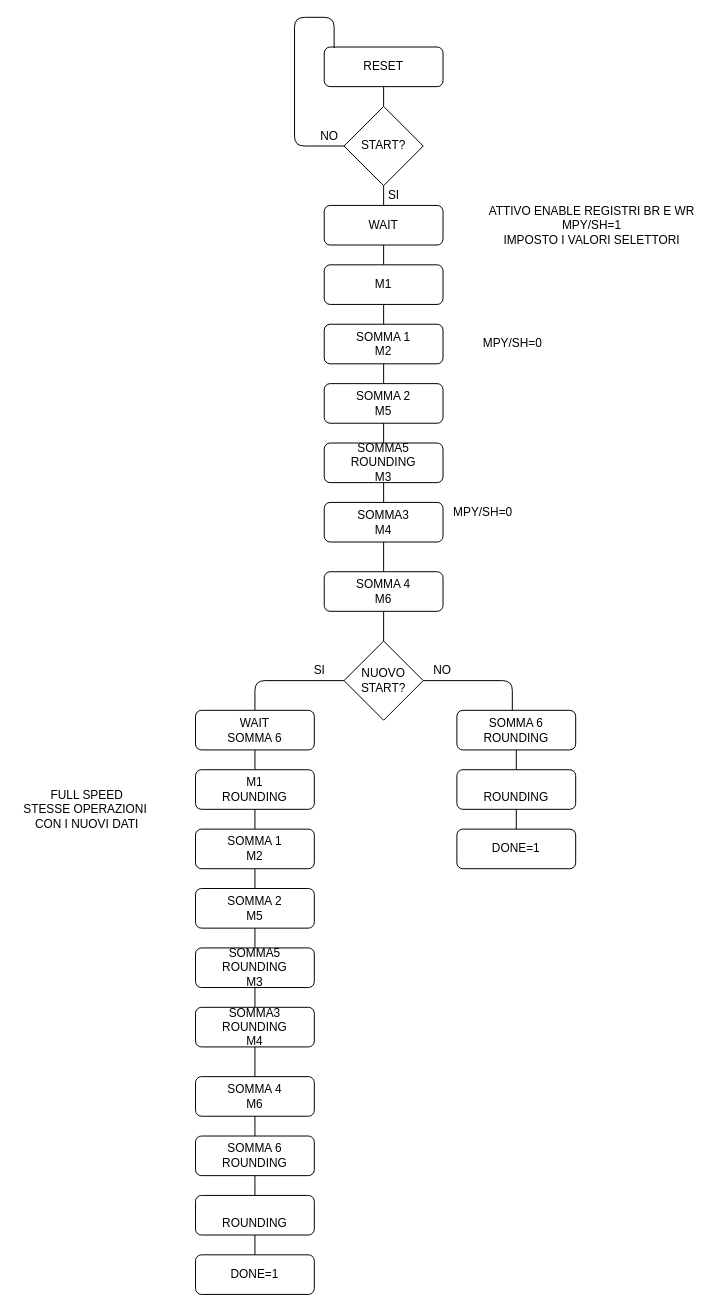
This is butterfly/drawio/pallogramma butterfly.drawio from wackozz/SDI_20_21, a draw.io file, before an edit. Source tidied: cells renumbered, new cells numbered last; positions are measured from the earlier drawing's top-left corner, leaving out a move shared by most shapes. Both pictures are drawn from the tidied source at 99%, with x=0, y=0 at pixel (17, 17).
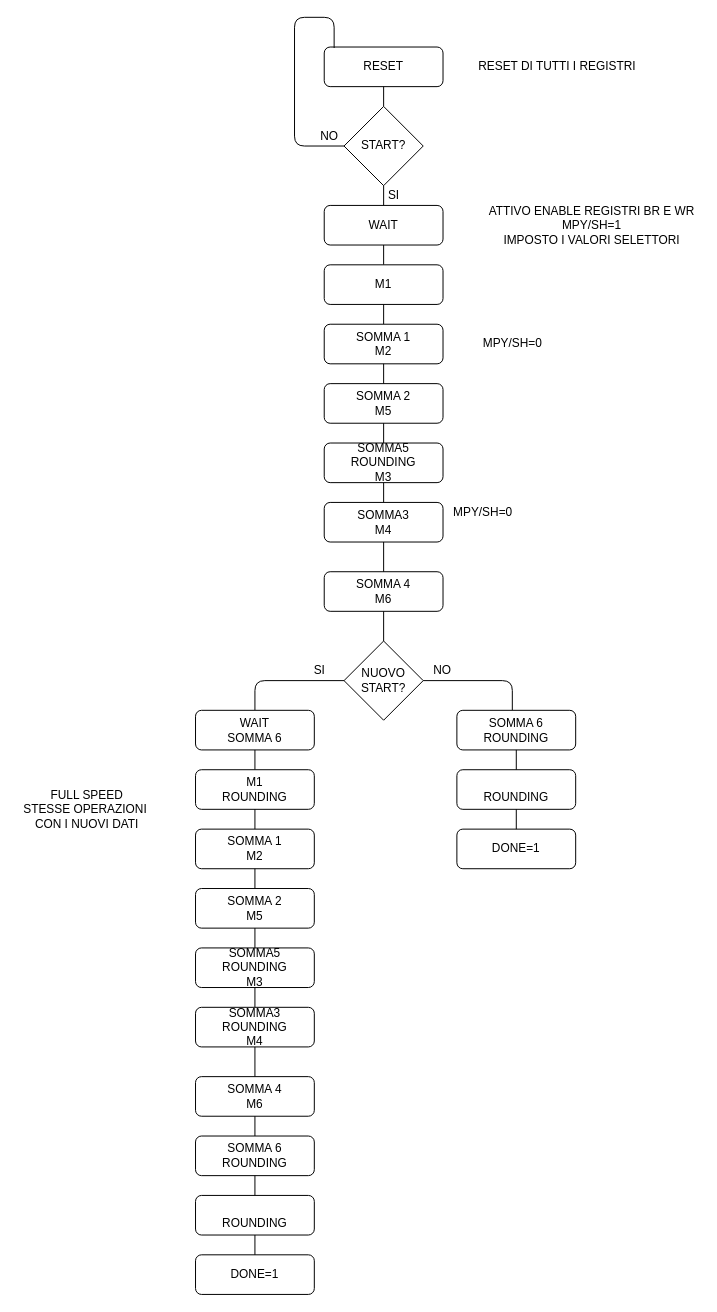
The same page after the edit.

The edit, as a diff of the source:
```diff
@@
+    <mxCell id="56" value="RESET DI TUTTI I REGISTRI" style="text;html=1;align=center;verticalAlign=middle;" parent="1" vertex="1">
+      <mxGeometry x="460" y="40" width="170" height="20" as="geometry" />
+    </mxCell>
```
